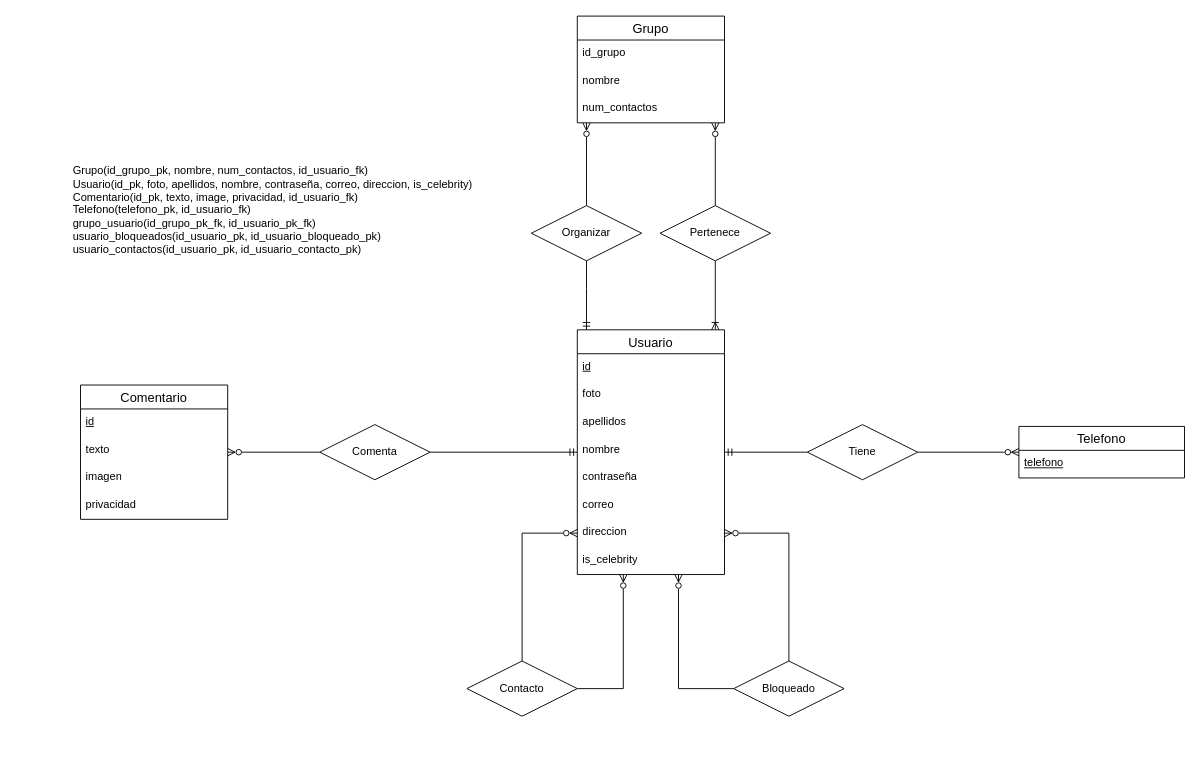
The draw.io diagram TA12Ej14.drawio in AlejandroCara/acr-tsys-modeloER-drawio-1110, before the edit. Source tidied: cells renumbered, new cells numbered last; positions are measured from the earlier drawing's top-left corner, leaving out a move shared by most shapes. Both pictures are drawn from the tidied source at 92%, with x=0, y=0 at pixel (71, 16).
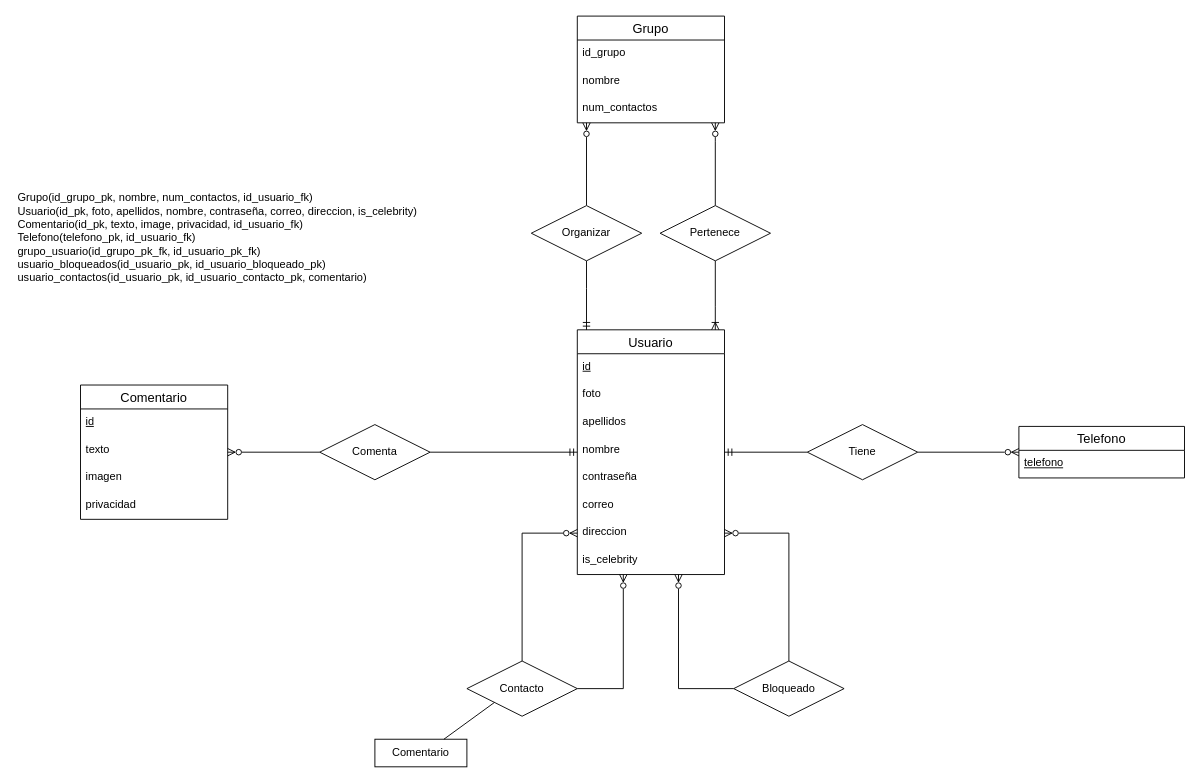
The same diagram, later.

Commit message:
añadido comentario a contacto

Unchanged cells that the change refers to:
```xml
<mxCell id="30" value="Contacto" style="shape=rhombus;perimeter=rhombusPerimeter;whiteSpace=wrap;html=1;align=center;" parent="1" vertex="1">
  <mxGeometry x="430" y="701" width="120" height="60" as="geometry" />
</mxCell>
```

What changed in the source:
```diff
@@
-    <mxCell id="40" value="Grupo(id_grupo_pk, nombre, num_contactos, id_usuario_fk)&lt;br&gt;Usuario(id_pk, foto, apellidos, nombre, contraseña, correo, direccion, is_celebrity)&lt;br&gt;Comentario(id_pk, texto, image, privacidad, id_usuario_fk)&lt;br&gt;Telefono(telefono_pk, id_usuario_fk)&lt;br&gt;grupo_usuario(id_grupo_pk_fk, id_usuario_pk_fk)&lt;br&gt;usuario_bloqueados(id_usuario_pk, id_usuario_bloqueado_pk)&lt;br&gt;usuario_contactos(id_usuario_pk, id_usuario_contacto_pk)&lt;br&gt;" style="text;html=1;strokeColor=none;fillColor=none;align=left;verticalAlign=middle;whiteSpace=wrap;rounded=0;" parent="1" vertex="1">
-      <mxGeometry y="96" width="850" height="230" as="geometry" />
+    <mxCell id="40" value="Grupo(id_grupo_pk, nombre, num_contactos, id_usuario_fk)&lt;br&gt;Usuario(id_pk, foto, apellidos, nombre, contraseña, correo, direccion, is_celebrity)&lt;br&gt;Comentario(id_pk, texto, image, privacidad, id_usuario_fk)&lt;br&gt;Telefono(telefono_pk, id_usuario_fk)&lt;br&gt;grupo_usuario(id_grupo_pk_fk, id_usuario_pk_fk)&lt;br&gt;usuario_bloqueados(id_usuario_pk, id_usuario_bloqueado_pk)&lt;br&gt;usuario_contactos(id_usuario_pk, id_usuario_contacto_pk, comentario)" style="text;html=1;strokeColor=none;fillColor=none;align=left;verticalAlign=middle;whiteSpace=wrap;rounded=0;" parent="1" vertex="1">
+      <mxGeometry x="-60" y="126" width="850" height="230" as="geometry" />
     </mxCell>
+    <mxCell id="41" value="Comentario" style="whiteSpace=wrap;html=1;align=center;" parent="1" vertex="1">
+      <mxGeometry x="330" y="786" width="100" height="30" as="geometry" />
+    </mxCell>
+    <mxCell id="42" style="endArrow=none;html=1;rounded=0;entryX=0;entryY=1;entryDx=0;entryDy=0;exitX=0.75;exitY=0;exitDx=0;exitDy=0;" parent="1" edge="1" source="41" target="30">
+      <mxGeometry relative="1" as="geometry" />
+    </mxCell>
```
